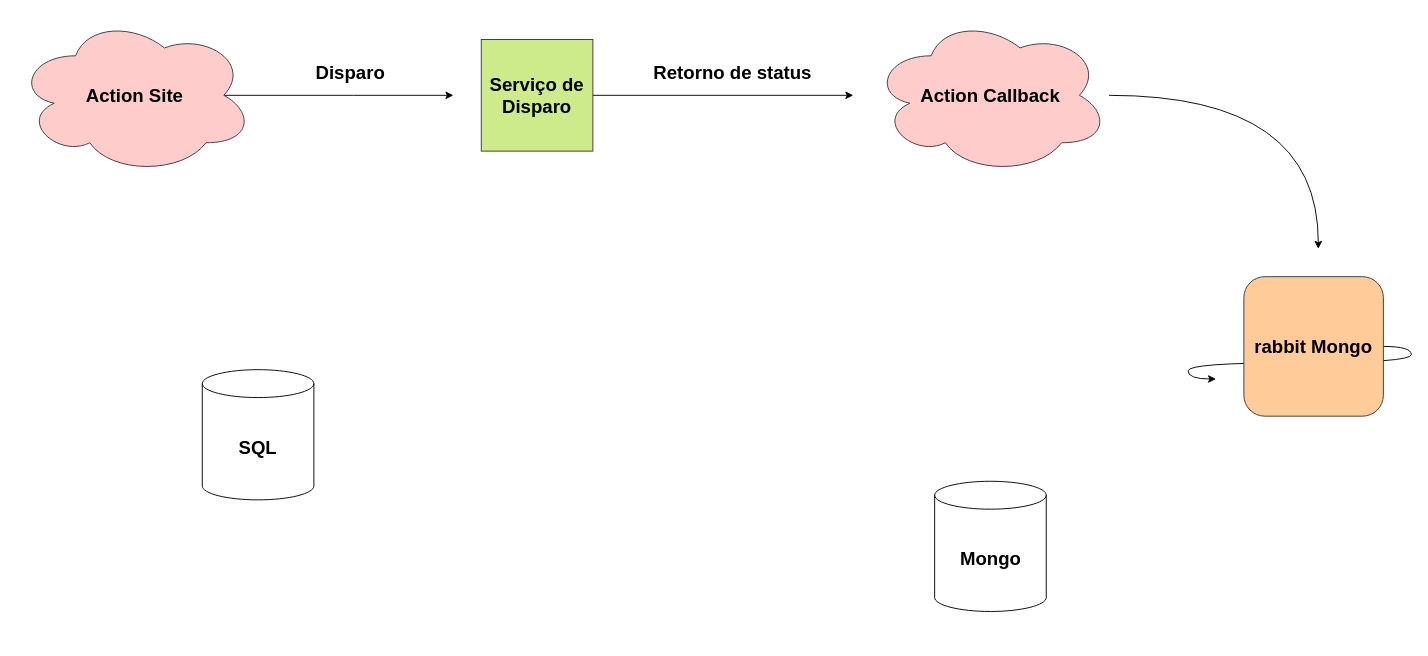
Above: Diagrama sem nome.drawio in MsoaresHiper/hiperDCR (draw.io), before the change. Source tidied: cells renumbered, new cells numbered last; positions are measured from the earlier drawing's top-left corner, leaving out a move shared by most shapes. Both pictures are drawn from the tidied source at 93%, with x=0, y=0 at pixel (16, 16).
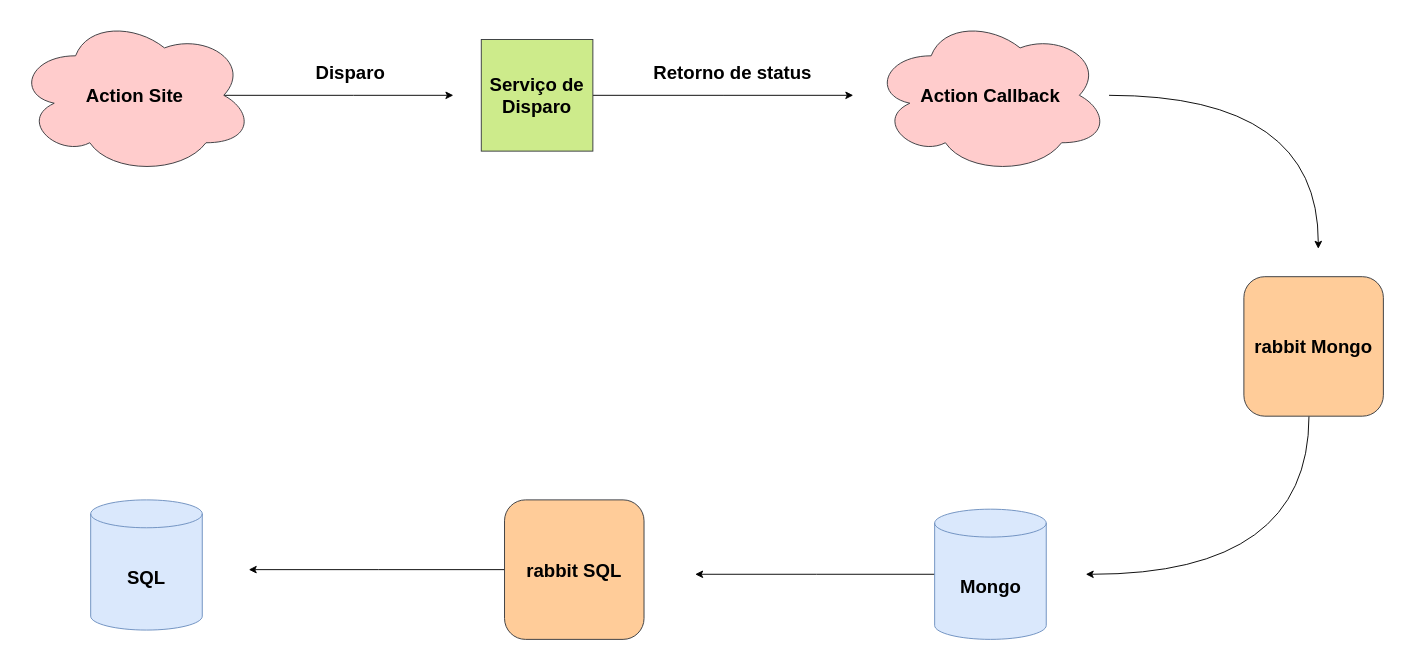
After the change.

Commit message:
Fluxograma Callback

Unchanged cells that the change refers to:
```xml
<mxCell id="3" value="&lt;b&gt;rabbit Mongo&lt;/b&gt;" style="whiteSpace=wrap;html=1;fontSize=20;fillColor=#ffcc99;strokeColor=#36393d;rounded=1;" parent="1" vertex="1">
  <mxGeometry x="1320" y="280" width="150" height="150" as="geometry" />
</mxCell>
```

What changed in the source:
```diff
@@
-    <mxCell id="2" style="edgeStyle=entityRelationEdgeStyle;curved=1;jettySize=auto;html=1;fontSize=20;fontColor=#000;" parent="1" edge="1" source="3">
-      <mxGeometry relative="1" as="geometry">
-        <mxPoint x="1290" y="390" as="targetPoint" />
-      </mxGeometry>
-    </mxCell>
+    <mxCell id="14" style="edgeStyle=orthogonalEdgeStyle;jettySize=auto;html=1;curved=1;" parent="1" edge="1" source="3">
+      <mxGeometry relative="1" as="geometry">
+        <mxPoint x="1150" y="600" as="targetPoint" />
+        <Array as="points">
+          <mxPoint x="1390" y="600" />
+        </Array>
+      </mxGeometry>
+    </mxCell>
@@
+    <mxCell id="15" style="edgeStyle=orthogonalEdgeStyle;curved=1;jettySize=auto;html=1;" parent="1" edge="1" source="4">
+      <mxGeometry relative="1" as="geometry">
+        <mxPoint x="730" y="600" as="targetPoint" />
+      </mxGeometry>
+    </mxCell>
-    <mxCell id="4" value="&lt;b&gt;Mongo&lt;/b&gt;" style="shape=cylinder3;whiteSpace=wrap;html=1;boundedLbl=1;backgroundOutline=1;size=15;fontSize=20;" parent="1" vertex="1">
-      <mxGeometry x="987.5" y="500" width="120" height="140" as="geometry" />
+    <mxCell id="4" value="&lt;b&gt;Mongo&lt;/b&gt;" style="shape=cylinder3;whiteSpace=wrap;html=1;boundedLbl=1;backgroundOutline=1;size=15;fontSize=20;fillColor=#dae8fc;strokeColor=#6c8ebf;" parent="1" vertex="1">
+      <mxGeometry x="987.5" y="530" width="120" height="140" as="geometry" />
     </mxCell>
-    <mxCell id="5" value="&lt;b&gt;SQL&lt;/b&gt;" style="shape=cylinder3;whiteSpace=wrap;html=1;boundedLbl=1;backgroundOutline=1;size=15;fontSize=20;" parent="1" vertex="1">
-      <mxGeometry x="200" y="380" width="120" height="140" as="geometry" />
+    <mxCell id="5" value="&lt;b&gt;SQL&lt;/b&gt;" style="shape=cylinder3;whiteSpace=wrap;html=1;boundedLbl=1;backgroundOutline=1;size=15;fontSize=20;fillColor=#dae8fc;strokeColor=#6c8ebf;" parent="1" vertex="1">
+      <mxGeometry x="80" y="520" width="120" height="140" as="geometry" />
     </mxCell>
@@
+    <mxCell id="16" style="edgeStyle=orthogonalEdgeStyle;curved=1;jettySize=auto;html=1;" parent="1" edge="1" source="17">
+      <mxGeometry relative="1" as="geometry">
+        <mxPoint x="250" y="595" as="targetPoint" />
+      </mxGeometry>
+    </mxCell>
+    <mxCell id="17" value="&lt;b&gt;rabbit SQL&lt;/b&gt;" style="whiteSpace=wrap;html=1;fontSize=20;fillColor=#ffcc99;strokeColor=#36393d;rounded=1;" parent="1" vertex="1">
+      <mxGeometry x="525" y="520" width="150" height="150" as="geometry" />
+    </mxCell>
```
